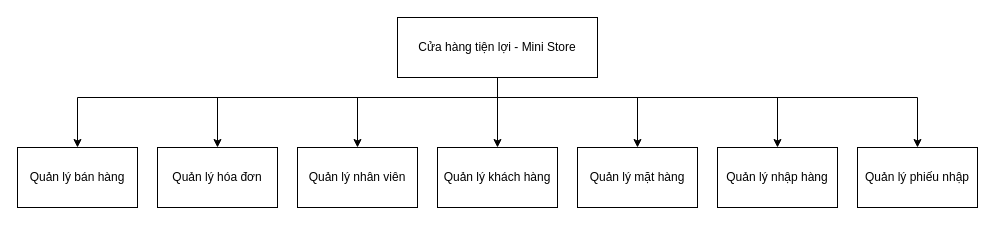
This is page "BFD Mức 1" (1 of 5) of Document/Diagram/Sơ đồ chức năng ministore.drawio from EdgarIgnite16/HTTTDN-Project, a draw.io file, before an edit. Source tidied: cells renumbered, new cells numbered last; positions are measured from the earlier drawing's top-left corner, leaving out a move shared by most shapes. Both pictures are drawn from the tidied source at 100%, with x=0, y=0 at pixel (17, 17).
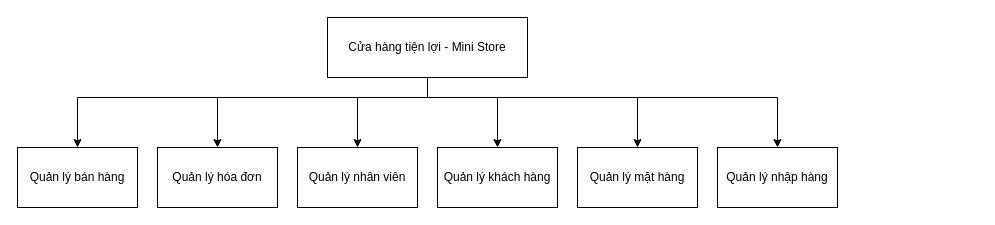
The same diagram, later.

The change refers to these unchanged cells:
```xml
<mxCell id="10" value="Quản lý bán hàng" style="rounded=0;whiteSpace=wrap;html=1;" parent="1" vertex="1">
  <mxGeometry y="130" width="120" height="60" as="geometry" />
</mxCell>
<mxCell id="11" value="Quản lý hóa đơn" style="whiteSpace=wrap;html=1;rounded=0;" parent="1" vertex="1">
  <mxGeometry x="140" y="130" width="120" height="60" as="geometry" />
</mxCell>
<mxCell id="12" value="Quản lý nhân viên" style="whiteSpace=wrap;html=1;rounded=0;" parent="1" vertex="1">
  <mxGeometry x="280" y="130" width="120" height="60" as="geometry" />
</mxCell>
<mxCell id="13" value="Quản lý mặt hàng" style="whiteSpace=wrap;html=1;rounded=0;" parent="1" vertex="1">
  <mxGeometry x="560" y="130" width="120" height="60" as="geometry" />
</mxCell>
<mxCell id="14" value="Quản lý nhập hàng" style="whiteSpace=wrap;html=1;rounded=0;" parent="1" vertex="1">
  <mxGeometry x="700" y="130" width="120" height="60" as="geometry" />
</mxCell>
<mxCell id="16" value="Quản lý khách hàng" style="whiteSpace=wrap;html=1;rounded=0;" parent="1" vertex="1">
  <mxGeometry x="420" y="130" width="120" height="60" as="geometry" />
</mxCell>
```

Diff of the diagram source:
```diff
@@
     <mxCell id="2" style="edgeStyle=orthogonalEdgeStyle;rounded=0;jettySize=auto;html=1;" parent="1" edge="1" source="9" target="16">
-      <mxGeometry relative="1" as="geometry" />
+      <mxGeometry relative="1" as="geometry">
+        <Array as="points">
+          <mxPoint x="410" y="80" />
+          <mxPoint x="480" y="80" />
+        </Array>
+      </mxGeometry>
     </mxCell>
     <mxCell id="3" style="edgeStyle=orthogonalEdgeStyle;rounded=0;jettySize=auto;html=1;" parent="1" edge="1" source="9" target="13">
       <mxGeometry relative="1" as="geometry">
         <Array as="points">
-          <mxPoint x="480" y="80" />
+          <mxPoint x="410" y="80" />
           <mxPoint x="620" y="80" />
         </Array>
       </mxGeometry>
     </mxCell>
     <mxCell id="4" style="edgeStyle=orthogonalEdgeStyle;rounded=0;jettySize=auto;html=1;" parent="1" edge="1" source="9" target="14">
       <mxGeometry relative="1" as="geometry">
         <Array as="points">
-          <mxPoint x="480" y="80" />
+          <mxPoint x="410" y="80" />
           <mxPoint x="760" y="80" />
         </Array>
       </mxGeometry>
     </mxCell>
-    <mxCell id="5" style="edgeStyle=orthogonalEdgeStyle;rounded=0;jettySize=auto;html=1;" parent="1" edge="1" source="9" target="15">
-      <mxGeometry relative="1" as="geometry">
-        <Array as="points">
-          <mxPoint x="480" y="80" />
-          <mxPoint x="900" y="80" />
-        </Array>
-      </mxGeometry>
-    </mxCell>
     <mxCell id="6" style="edgeStyle=orthogonalEdgeStyle;rounded=0;jettySize=auto;html=1;" parent="1" edge="1" source="9" target="12">
       <mxGeometry relative="1" as="geometry">
         <Array as="points">
-          <mxPoint x="480" y="80" />
+          <mxPoint x="410" y="80" />
           <mxPoint x="340" y="80" />
         </Array>
       </mxGeometry>
     </mxCell>
     <mxCell id="7" style="edgeStyle=orthogonalEdgeStyle;rounded=0;jettySize=auto;html=1;" parent="1" edge="1" source="9" target="11">
       <mxGeometry relative="1" as="geometry">
         <Array as="points">
-          <mxPoint x="480" y="80" />
+          <mxPoint x="410" y="80" />
           <mxPoint x="200" y="80" />
         </Array>
       </mxGeometry>
     </mxCell>
     <mxCell id="8" style="edgeStyle=orthogonalEdgeStyle;rounded=0;jettySize=auto;html=1;" parent="1" edge="1" source="9" target="10">
       <mxGeometry relative="1" as="geometry">
         <Array as="points">
-          <mxPoint x="480" y="80" />
+          <mxPoint x="410" y="80" />
           <mxPoint x="60" y="80" />
         </Array>
       </mxGeometry>
     </mxCell>
     <mxCell id="9" value="Cửa hàng tiện lợi - Mini Store" style="rounded=0;whiteSpace=wrap;html=1;" parent="1" vertex="1">
-      <mxGeometry x="380" width="200" height="60" as="geometry" />
+      <mxGeometry x="310" width="200" height="60" as="geometry" />
     </mxCell>
@@
-    <mxCell id="15" value="Quản lý phiếu nhập" style="whiteSpace=wrap;html=1;rounded=0;" parent="1" vertex="1">
-      <mxGeometry x="840" y="130" width="120" height="60" as="geometry" />
-    </mxCell>
```
